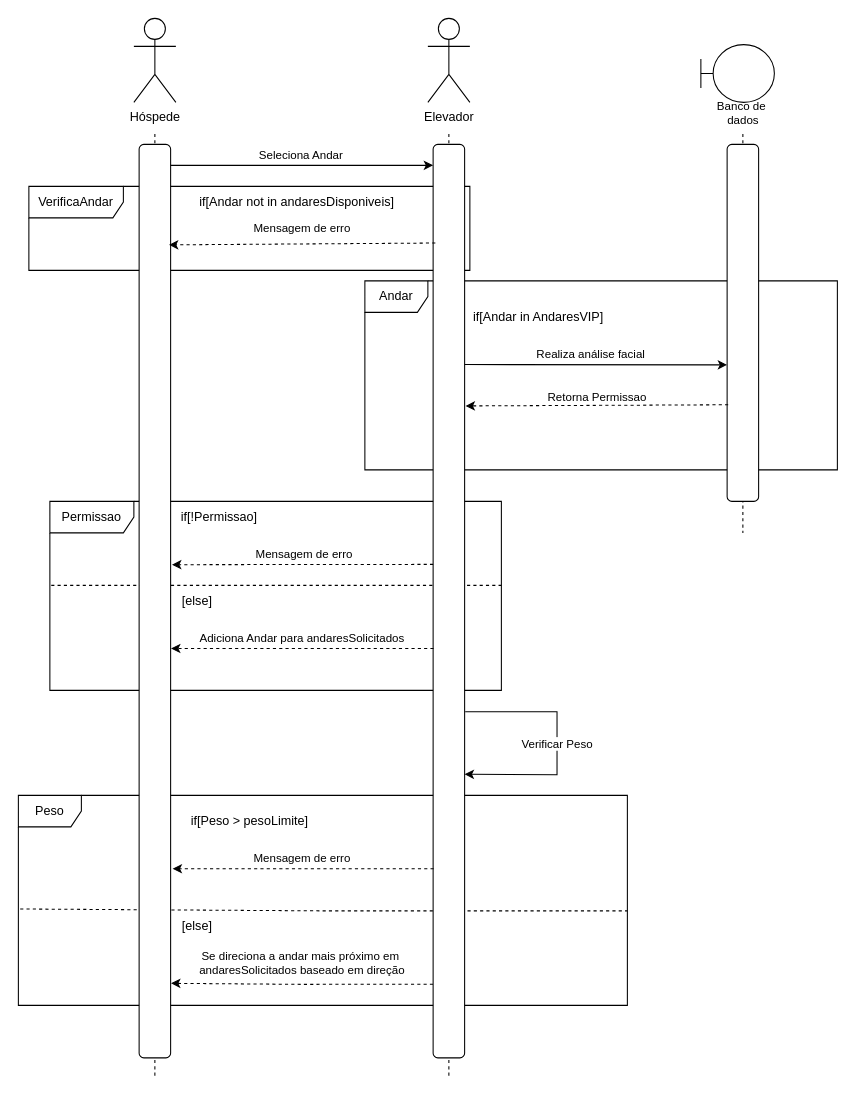
This is UC_01.drawio from joca2511/projElevadorUML, a draw.io file, before an edit. Source tidied: cells renumbered, new cells numbered last; positions are measured from the earlier drawing's top-left corner, leaving out a move shared by most shapes. Both pictures are drawn from the tidied source at 105%, with x=0, y=0 at pixel (18, 18).
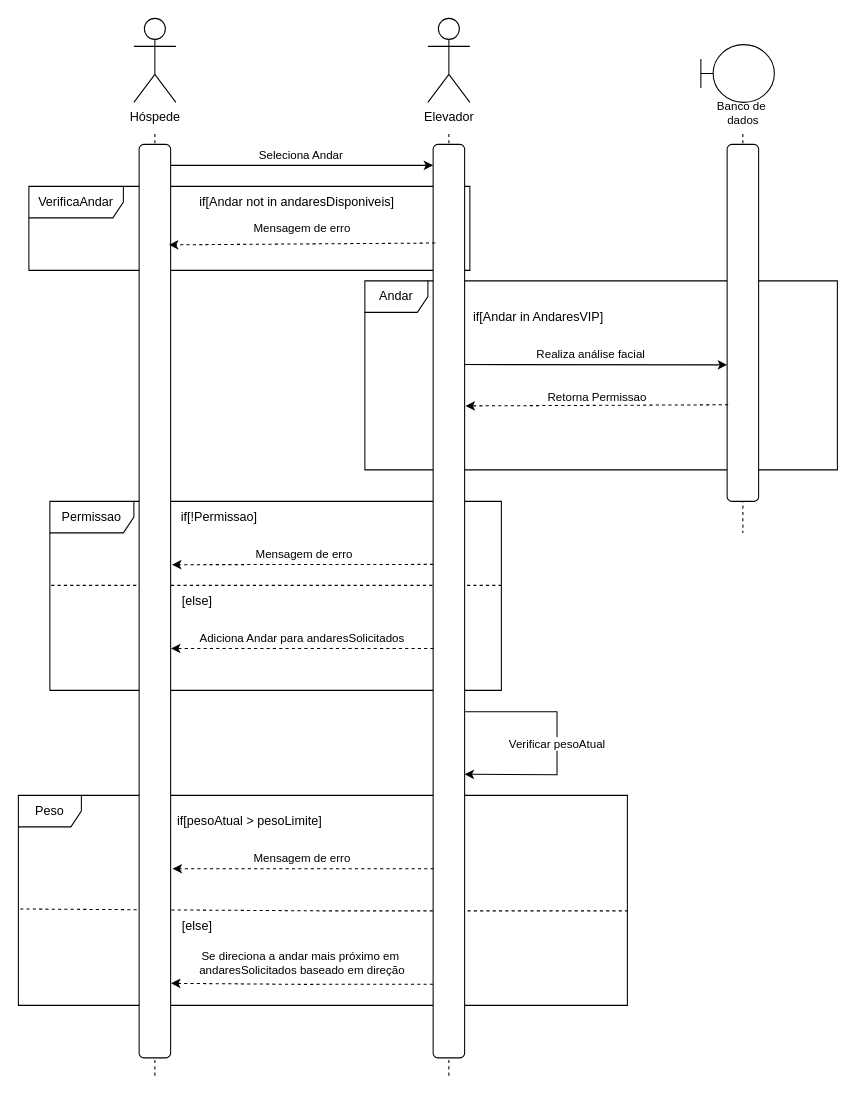
The same page after the edit.

Unchanged cells that the change refers to:
```xml
<mxCell id="13" style="rounded=1;whiteSpace=wrap;html=1;" parent="1" vertex="1">
  <mxGeometry x="395" y="120" width="30" height="870" as="geometry" />
</mxCell>
```

Diff of the diagram source:
```diff
@@
-    <mxCell id="26" value="Verificar Peso" style="endArrow=classic;html=1;rounded=0;entryX=0.901;entryY=0.597;entryDx=0;entryDy=0;entryPerimeter=0;exitX=1.018;exitY=0.621;exitDx=0;exitDy=0;exitPerimeter=0;" parent="1" edge="1" source="13">
+    <mxCell id="26" value="Verificar pesoAtual" style="endArrow=classic;html=1;rounded=0;entryX=0.901;entryY=0.597;entryDx=0;entryDy=0;entryPerimeter=0;exitX=1.018;exitY=0.621;exitDx=0;exitDy=0;exitPerimeter=0;" parent="1" edge="1" source="13">
       <mxGeometry relative="1" as="geometry">
         <mxPoint x="425" y="719.9" as="targetPoint" />
         <Array as="points">
           <mxPoint x="513" y="660.3" />
           <mxPoint x="513" y="720.3" />
         </Array>
       </mxGeometry>
     </mxCell>
-    <mxCell id="27" value="if[Peso &amp;gt; pesoLimite]" style="text;html=1;align=center;verticalAlign=middle;strokeColor=none;fillColor=none;" parent="1" vertex="1">
-      <mxGeometry x="150" y="750" width="140" height="30" as="geometry" />
+    <mxCell id="27" value="if[pesoAtual &amp;gt; pesoLimite]" style="text;html=1;align=center;verticalAlign=middle;strokeColor=none;fillColor=none;" parent="1" vertex="1">
+      <mxGeometry x="140" y="750" width="160" height="30" as="geometry" />
     </mxCell>
```
